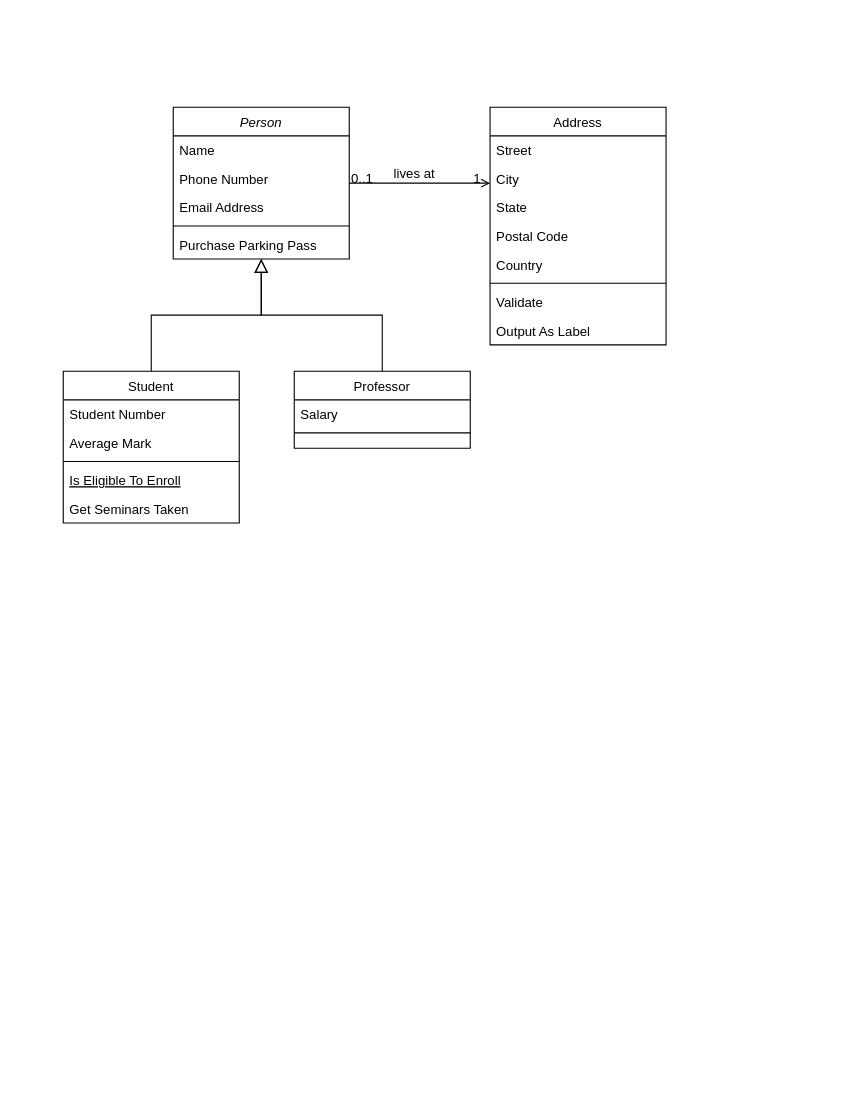
Brubzie/diagramas keeps this draw.io diagram as Diagrama de Classe - Pizzaria.drawio. Above is the earlier version. Source tidied: cells renumbered, new cells numbered last; positions are measured from the earlier drawing's top-left corner, leaving out a move shared by most shapes. Both pictures are drawn from the tidied source at 110%, with x=0, y=0 at pixel (63, 107).
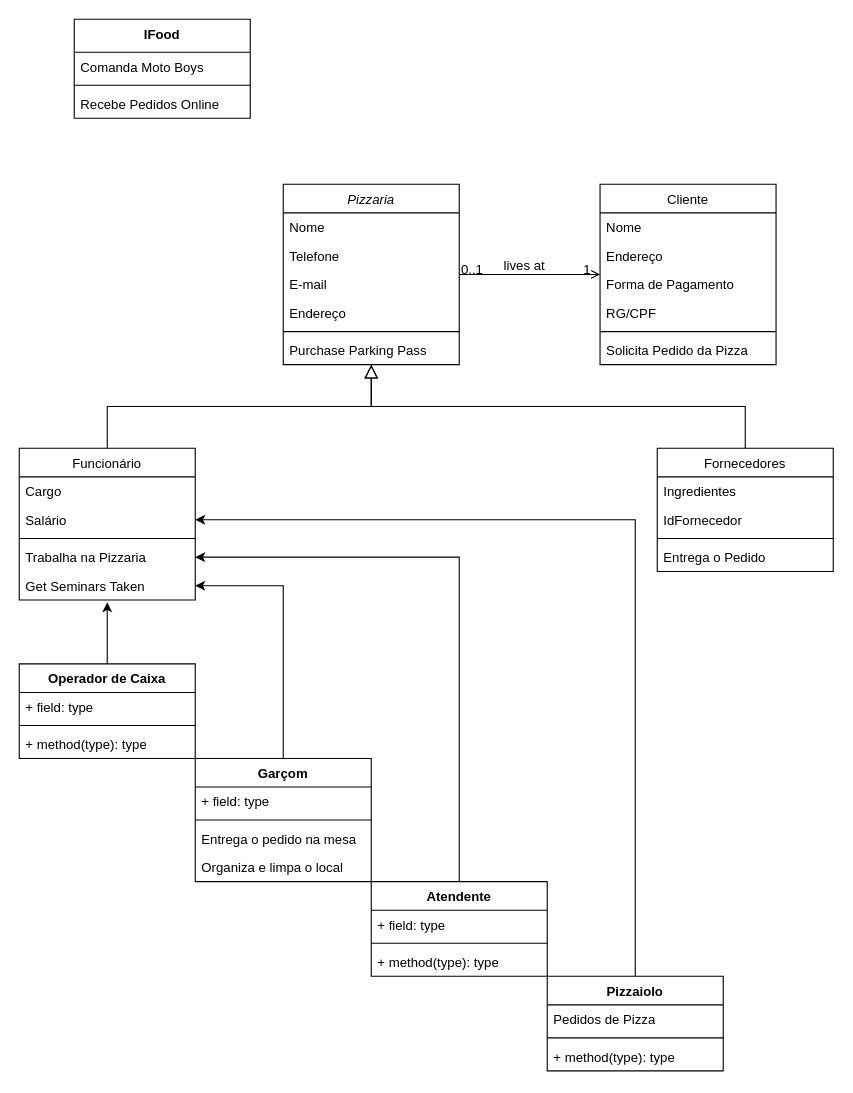
Above is the later version.

The change refers to these unchanged cells:
```xml
<mxCell id="13" value="Get Seminars Taken" style="text;align=left;verticalAlign=top;spacingLeft=4;spacingRight=4;overflow=hidden;points=[[0,0.5],[1,0.5]];portConstraint=eastwest;" parent="8" vertex="1">
  <mxGeometry y="112" width="160" height="26" as="geometry" />
</mxCell>
```

Change to the diagram source:
```diff
@@
-    <mxCell id="2" value="Person" style="swimlane;fontStyle=2;align=center;verticalAlign=top;horizontal=1;startSize=26;rounded=0;shadow=0;strokeWidth=1;" parent="1" vertex="1">
-      <mxGeometry x="100" width="160" height="138" as="geometry" />
+    <mxCell id="2" value="Pizzaria" style="swimlane;fontStyle=2;align=center;verticalAlign=top;horizontal=1;startSize=26;rounded=0;shadow=0;strokeWidth=1;" parent="1" vertex="1">
+      <mxGeometry x="200" y="70" width="160" height="164" as="geometry" />
     </mxCell>
-    <mxCell id="3" value="Name" style="text;align=left;verticalAlign=top;spacingLeft=4;spacingRight=4;overflow=hidden;" parent="2" vertex="1">
+    <mxCell id="3" value="Nome" style="text;align=left;verticalAlign=top;spacingLeft=4;spacingRight=4;overflow=hidden;" parent="2" vertex="1">
       <mxGeometry y="26" width="160" height="26" as="geometry" />
     </mxCell>
-    <mxCell id="4" value="Phone Number" style="text;align=left;verticalAlign=top;spacingLeft=4;spacingRight=4;overflow=hidden;rounded=0;shadow=0;html=0;" parent="2" vertex="1">
+    <mxCell id="4" value="Telefone" style="text;align=left;verticalAlign=top;spacingLeft=4;spacingRight=4;overflow=hidden;rounded=0;shadow=0;html=0;" parent="2" vertex="1">
       <mxGeometry y="52" width="160" height="26" as="geometry" />
     </mxCell>
-    <mxCell id="5" value="Email Address" style="text;align=left;verticalAlign=top;spacingLeft=4;spacingRight=4;overflow=hidden;rounded=0;shadow=0;html=0;" parent="2" vertex="1">
+    <mxCell id="5" value="E-mail" style="text;align=left;verticalAlign=top;spacingLeft=4;spacingRight=4;overflow=hidden;rounded=0;shadow=0;html=0;" parent="2" vertex="1">
       <mxGeometry y="78" width="160" height="26" as="geometry" />
     </mxCell>
+    <mxCell id="32" value="Endereço" style="text;align=left;verticalAlign=top;spacingLeft=4;spacingRight=4;overflow=hidden;" parent="2" vertex="1">
+      <mxGeometry y="104" width="160" height="26" as="geometry" />
+    </mxCell>
     <mxCell id="6" style="line;html=1;strokeWidth=1;align=left;verticalAlign=middle;spacingTop=-1;spacingLeft=3;spacingRight=3;labelPosition=right;" parent="2" vertex="1">
-      <mxGeometry y="104" width="160" height="8" as="geometry" />
+      <mxGeometry y="130" width="160" height="8" as="geometry" />
     </mxCell>
     <mxCell id="7" value="Purchase Parking Pass" style="text;align=left;verticalAlign=top;spacingLeft=4;spacingRight=4;overflow=hidden;" parent="2" vertex="1">
-      <mxGeometry y="112" width="160" height="26" as="geometry" />
+      <mxGeometry y="138" width="160" height="26" as="geometry" />
     </mxCell>
-    <mxCell id="8" value="Student" style="swimlane;fontStyle=0;align=center;verticalAlign=top;horizontal=1;startSize=26;rounded=0;shadow=0;strokeWidth=1;" parent="1" vertex="1">
-      <mxGeometry y="240" width="160" height="138" as="geometry" />
+    <mxCell id="8" value="Funcionário" style="swimlane;fontStyle=0;align=center;verticalAlign=top;horizontal=1;startSize=26;rounded=0;shadow=0;strokeWidth=1;" parent="1" vertex="1">
+      <mxGeometry x="-40" y="310" width="160" height="138" as="geometry" />
     </mxCell>
-    <mxCell id="9" value="Student Number" style="text;align=left;verticalAlign=top;spacingLeft=4;spacingRight=4;overflow=hidden;" parent="8" vertex="1">
+    <mxCell id="9" value="Cargo" style="text;align=left;verticalAlign=top;spacingLeft=4;spacingRight=4;overflow=hidden;" parent="8" vertex="1">
       <mxGeometry y="26" width="160" height="26" as="geometry" />
     </mxCell>
-    <mxCell id="10" value="Average Mark" style="text;align=left;verticalAlign=top;spacingLeft=4;spacingRight=4;overflow=hidden;points=[[0,0.5],[1,0.5]];portConstraint=eastwest;rounded=0;shadow=0;html=0;" parent="8" vertex="1">
+    <mxCell id="10" value="Salário" style="text;align=left;verticalAlign=top;spacingLeft=4;spacingRight=4;overflow=hidden;points=[[0,0.5],[1,0.5]];portConstraint=eastwest;rounded=0;shadow=0;html=0;" parent="8" vertex="1">
       <mxGeometry y="52" width="160" height="26" as="geometry" />
     </mxCell>
@@
-    <mxCell id="12" value="Is Eligible To Enroll" style="text;align=left;verticalAlign=top;spacingLeft=4;spacingRight=4;overflow=hidden;points=[[0,0.5],[1,0.5]];portConstraint=eastwest;fontStyle=4;" parent="8" vertex="1">
+    <mxCell id="12" value="Trabalha na Pizzaria" style="text;align=left;verticalAlign=top;spacingLeft=4;spacingRight=4;overflow=hidden;points=[[0,0.5],[1,0.5]];portConstraint=eastwest;fontStyle=0;" parent="8" vertex="1">
       <mxGeometry y="86" width="160" height="26" as="geometry" />
     </mxCell>
@@
-    <mxCell id="15" value="Professor" style="swimlane;fontStyle=0;align=center;verticalAlign=top;horizontal=1;startSize=26;rounded=0;shadow=0;strokeWidth=1;" parent="1" vertex="1">
-      <mxGeometry x="210" y="240" width="160" height="70" as="geometry" />
+    <mxCell id="15" value="Fornecedores" style="swimlane;fontStyle=0;align=center;verticalAlign=top;horizontal=1;startSize=26;rounded=0;shadow=0;strokeWidth=1;" parent="1" vertex="1">
+      <mxGeometry x="540" y="310" width="160" height="112" as="geometry" />
     </mxCell>
-    <mxCell id="16" value="Salary" style="text;align=left;verticalAlign=top;spacingLeft=4;spacingRight=4;overflow=hidden;" parent="15" vertex="1">
+    <mxCell id="16" value="Ingredientes" style="text;align=left;verticalAlign=top;spacingLeft=4;spacingRight=4;overflow=hidden;" parent="15" vertex="1">
       <mxGeometry y="26" width="160" height="26" as="geometry" />
     </mxCell>
+    <mxCell id="33" value="IdFornecedor" style="text;align=left;verticalAlign=top;spacingLeft=4;spacingRight=4;overflow=hidden;" parent="15" vertex="1">
+      <mxGeometry y="52" width="160" height="26" as="geometry" />
+    </mxCell>
     <mxCell id="17" style="line;html=1;strokeWidth=1;align=left;verticalAlign=middle;spacingTop=-1;spacingLeft=3;spacingRight=3;labelPosition=right;" parent="15" vertex="1">
-      <mxGeometry y="52" width="160" height="8" as="geometry" />
+      <mxGeometry y="78" width="160" height="8" as="geometry" />
     </mxCell>
+    <mxCell id="34" value="Entrega o Pedido" style="text;align=left;verticalAlign=top;spacingLeft=4;spacingRight=4;overflow=hidden;" parent="15" vertex="1">
+      <mxGeometry y="86" width="160" height="26" as="geometry" />
+    </mxCell>
@@
-    <mxCell id="19" value="Address" style="swimlane;fontStyle=0;align=center;verticalAlign=top;horizontal=1;startSize=26;rounded=0;shadow=0;strokeWidth=1;" parent="1" vertex="1">
-      <mxGeometry x="388" width="160" height="216" as="geometry" />
+    <mxCell id="19" value="Cliente" style="swimlane;fontStyle=0;align=center;verticalAlign=top;horizontal=1;startSize=26;rounded=0;shadow=0;strokeWidth=1;" parent="1" vertex="1">
+      <mxGeometry x="488" y="70" width="160" height="164" as="geometry" />
     </mxCell>
-    <mxCell id="20" value="Street" style="text;align=left;verticalAlign=top;spacingLeft=4;spacingRight=4;overflow=hidden;" parent="19" vertex="1">
+    <mxCell id="20" value="Nome" style="text;align=left;verticalAlign=top;spacingLeft=4;spacingRight=4;overflow=hidden;" parent="19" vertex="1">
       <mxGeometry y="26" width="160" height="26" as="geometry" />
     </mxCell>
-    <mxCell id="21" value="City" style="text;align=left;verticalAlign=top;spacingLeft=4;spacingRight=4;overflow=hidden;rounded=0;shadow=0;html=0;" parent="19" vertex="1">
+    <mxCell id="21" value="Endereço" style="text;align=left;verticalAlign=top;spacingLeft=4;spacingRight=4;overflow=hidden;rounded=0;shadow=0;html=0;" parent="19" vertex="1">
       <mxGeometry y="52" width="160" height="26" as="geometry" />
     </mxCell>
-    <mxCell id="22" value="State" style="text;align=left;verticalAlign=top;spacingLeft=4;spacingRight=4;overflow=hidden;rounded=0;shadow=0;html=0;" parent="19" vertex="1">
+    <mxCell id="22" value="Forma de Pagamento" style="text;align=left;verticalAlign=top;spacingLeft=4;spacingRight=4;overflow=hidden;rounded=0;shadow=0;html=0;" parent="19" vertex="1">
       <mxGeometry y="78" width="160" height="26" as="geometry" />
     </mxCell>
-    <mxCell id="23" value="Postal Code" style="text;align=left;verticalAlign=top;spacingLeft=4;spacingRight=4;overflow=hidden;rounded=0;shadow=0;html=0;" parent="19" vertex="1">
-      <mxGeometry y="104" width="160" height="26" as="geometry" />
-    </mxCell>
-    <mxCell id="24" value="Country" style="text;align=left;verticalAlign=top;spacingLeft=4;spacingRight=4;overflow=hidden;rounded=0;shadow=0;html=0;" parent="19" vertex="1">
-      <mxGeometry y="130" width="160" height="26" as="geometry" />
-    </mxCell>
+    <mxCell id="35" value="RG/CPF" style="text;align=left;verticalAlign=top;spacingLeft=4;spacingRight=4;overflow=hidden;" parent="19" vertex="1">
+      <mxGeometry y="104" width="160" height="26" as="geometry" />
+    </mxCell>
     <mxCell id="25" style="line;html=1;strokeWidth=1;align=left;verticalAlign=middle;spacingTop=-1;spacingLeft=3;spacingRight=3;labelPosition=right;" parent="19" vertex="1">
-      <mxGeometry y="156" width="160" height="8" as="geometry" />
+      <mxGeometry y="130" width="160" height="8" as="geometry" />
     </mxCell>
-    <mxCell id="26" value="Validate" style="text;align=left;verticalAlign=top;spacingLeft=4;spacingRight=4;overflow=hidden;" parent="19" vertex="1">
-      <mxGeometry y="164" width="160" height="26" as="geometry" />
+    <mxCell id="26" value="Solicita Pedido da Pizza" style="text;align=left;verticalAlign=top;spacingLeft=4;spacingRight=4;overflow=hidden;" parent="19" vertex="1">
+      <mxGeometry y="138" width="160" height="26" as="geometry" />
     </mxCell>
-    <mxCell id="27" value="Output As Label" style="text;align=left;verticalAlign=top;spacingLeft=4;spacingRight=4;overflow=hidden;" parent="19" vertex="1">
-      <mxGeometry y="190" width="160" height="26" as="geometry" />
-    </mxCell>
@@
+    <mxCell id="36" value="IFood" style="swimlane;fontStyle=1;align=center;verticalAlign=top;horizontal=1;startSize=30;whiteSpace=wrap;html=1;" parent="1" vertex="1">
+      <mxGeometry x="10" y="-80" width="160" height="90" as="geometry" />
+    </mxCell>
+    <mxCell id="37" value="Comanda Moto Boys" style="text;strokeColor=none;fillColor=none;align=left;verticalAlign=top;spacingLeft=4;spacingRight=4;overflow=hidden;whiteSpace=wrap;html=1;" parent="36" vertex="1">
+      <mxGeometry y="30" width="160" height="26" as="geometry" />
+    </mxCell>
+    <mxCell id="38" style="line;strokeWidth=1;fillColor=none;align=left;verticalAlign=middle;spacingTop=-1;spacingLeft=3;spacingRight=3;labelPosition=right;strokeColor=inherit;" parent="36" vertex="1">
+      <mxGeometry y="56" width="160" height="8" as="geometry" />
+    </mxCell>
+    <mxCell id="39" value="Recebe Pedidos Online" style="text;strokeColor=none;fillColor=none;align=left;verticalAlign=top;spacingLeft=4;spacingRight=4;overflow=hidden;whiteSpace=wrap;html=1;" parent="36" vertex="1">
+      <mxGeometry y="64" width="160" height="26" as="geometry" />
+    </mxCell>
+    <mxCell id="40" style="edgeStyle=orthogonalEdgeStyle;rounded=0;jettySize=auto;html=1;entryX=1;entryY=0.5;entryDx=0;entryDy=0;" parent="1" edge="1" source="41" target="10">
+      <mxGeometry relative="1" as="geometry" />
+    </mxCell>
+    <mxCell id="41" value="Pizzaiolo" style="swimlane;fontStyle=1;align=center;verticalAlign=top;horizontal=1;startSize=26;whiteSpace=wrap;html=1;" parent="1" vertex="1">
+      <mxGeometry x="440" y="790" width="160" height="86" as="geometry" />
+    </mxCell>
+    <mxCell id="42" value="Pedidos de Pizza" style="text;strokeColor=none;fillColor=none;align=left;verticalAlign=top;spacingLeft=4;spacingRight=4;overflow=hidden;whiteSpace=wrap;html=1;" parent="41" vertex="1">
+      <mxGeometry y="26" width="160" height="26" as="geometry" />
+    </mxCell>
+    <mxCell id="43" style="line;strokeWidth=1;fillColor=none;align=left;verticalAlign=middle;spacingTop=-1;spacingLeft=3;spacingRight=3;labelPosition=right;strokeColor=inherit;" parent="41" vertex="1">
+      <mxGeometry y="52" width="160" height="8" as="geometry" />
+    </mxCell>
+    <mxCell id="44" value="+ method(type): type" style="text;strokeColor=none;fillColor=none;align=left;verticalAlign=top;spacingLeft=4;spacingRight=4;overflow=hidden;whiteSpace=wrap;html=1;" parent="41" vertex="1">
+      <mxGeometry y="60" width="160" height="26" as="geometry" />
+    </mxCell>
+    <mxCell id="45" style="edgeStyle=orthogonalEdgeStyle;rounded=0;jettySize=auto;html=1;entryX=1;entryY=0.5;entryDx=0;entryDy=0;" parent="1" edge="1" source="46" target="12">
+      <mxGeometry relative="1" as="geometry" />
+    </mxCell>
+    <mxCell id="46" value="Atendente" style="swimlane;fontStyle=1;align=center;verticalAlign=top;horizontal=1;startSize=26;whiteSpace=wrap;html=1;" parent="1" vertex="1">
+      <mxGeometry x="280" y="704" width="160" height="86" as="geometry" />
+    </mxCell>
+    <mxCell id="47" value="+ field: type" style="text;strokeColor=none;fillColor=none;align=left;verticalAlign=top;spacingLeft=4;spacingRight=4;overflow=hidden;whiteSpace=wrap;html=1;" parent="46" vertex="1">
+      <mxGeometry y="26" width="160" height="26" as="geometry" />
+    </mxCell>
+    <mxCell id="48" style="line;strokeWidth=1;fillColor=none;align=left;verticalAlign=middle;spacingTop=-1;spacingLeft=3;spacingRight=3;labelPosition=right;strokeColor=inherit;" parent="46" vertex="1">
+      <mxGeometry y="52" width="160" height="8" as="geometry" />
+    </mxCell>
+    <mxCell id="49" value="+ method(type): type" style="text;strokeColor=none;fillColor=none;align=left;verticalAlign=top;spacingLeft=4;spacingRight=4;overflow=hidden;whiteSpace=wrap;html=1;" parent="46" vertex="1">
+      <mxGeometry y="60" width="160" height="26" as="geometry" />
+    </mxCell>
+    <mxCell id="50" value="Operador de Caixa" style="swimlane;fontStyle=1;align=center;verticalAlign=top;horizontal=1;startSize=26;whiteSpace=wrap;html=1;" parent="1" vertex="1">
+      <mxGeometry x="-40" y="506" width="160" height="86" as="geometry" />
+    </mxCell>
+    <mxCell id="51" value="+ field: type" style="text;strokeColor=none;fillColor=none;align=left;verticalAlign=top;spacingLeft=4;spacingRight=4;overflow=hidden;whiteSpace=wrap;html=1;" parent="50" vertex="1">
+      <mxGeometry y="26" width="160" height="26" as="geometry" />
+    </mxCell>
+    <mxCell id="52" style="line;strokeWidth=1;fillColor=none;align=left;verticalAlign=middle;spacingTop=-1;spacingLeft=3;spacingRight=3;labelPosition=right;strokeColor=inherit;" parent="50" vertex="1">
+      <mxGeometry y="52" width="160" height="8" as="geometry" />
+    </mxCell>
+    <mxCell id="53" value="+ method(type): type" style="text;strokeColor=none;fillColor=none;align=left;verticalAlign=top;spacingLeft=4;spacingRight=4;overflow=hidden;whiteSpace=wrap;html=1;" parent="50" vertex="1">
+      <mxGeometry y="60" width="160" height="26" as="geometry" />
+    </mxCell>
+    <mxCell id="54" style="edgeStyle=orthogonalEdgeStyle;rounded=0;jettySize=auto;html=1;entryX=1;entryY=0.5;entryDx=0;entryDy=0;" parent="1" edge="1" source="55" target="13">
+      <mxGeometry relative="1" as="geometry" />
+    </mxCell>
+    <mxCell id="55" value="Garçom" style="swimlane;fontStyle=1;align=center;verticalAlign=top;horizontal=1;startSize=26;whiteSpace=wrap;html=1;" parent="1" vertex="1">
+      <mxGeometry x="120" y="592" width="160" height="112" as="geometry" />
+    </mxCell>
+    <mxCell id="56" value="+ field: type" style="text;strokeColor=none;fillColor=none;align=left;verticalAlign=top;spacingLeft=4;spacingRight=4;overflow=hidden;whiteSpace=wrap;html=1;" parent="55" vertex="1">
+      <mxGeometry y="26" width="160" height="26" as="geometry" />
+    </mxCell>
+    <mxCell id="57" style="line;strokeWidth=1;fillColor=none;align=left;verticalAlign=middle;spacingTop=-1;spacingLeft=3;spacingRight=3;labelPosition=right;strokeColor=inherit;" parent="55" vertex="1">
+      <mxGeometry y="52" width="160" height="8" as="geometry" />
+    </mxCell>
+    <mxCell id="58" value="Entrega o pedido na mesa" style="text;strokeColor=none;fillColor=none;align=left;verticalAlign=top;spacingLeft=4;spacingRight=4;overflow=hidden;whiteSpace=wrap;html=1;" parent="55" vertex="1">
+      <mxGeometry y="60" width="160" height="26" as="geometry" />
+    </mxCell>
+    <mxCell id="59" value="Organiza e limpa o local" style="text;align=left;verticalAlign=top;spacingLeft=4;spacingRight=4;overflow=hidden;" parent="55" vertex="1">
+      <mxGeometry y="86" width="160" height="26" as="geometry" />
+    </mxCell>
+    <mxCell id="60" style="edgeStyle=orthogonalEdgeStyle;rounded=0;jettySize=auto;html=1;entryX=0.5;entryY=1.077;entryDx=0;entryDy=0;entryPerimeter=0;" parent="1" edge="1" source="50" target="13">
+      <mxGeometry relative="1" as="geometry">
+        <Array as="points">
+          <mxPoint x="40" y="460" />
+          <mxPoint x="40" y="460" />
+        </Array>
+      </mxGeometry>
+    </mxCell>
```
